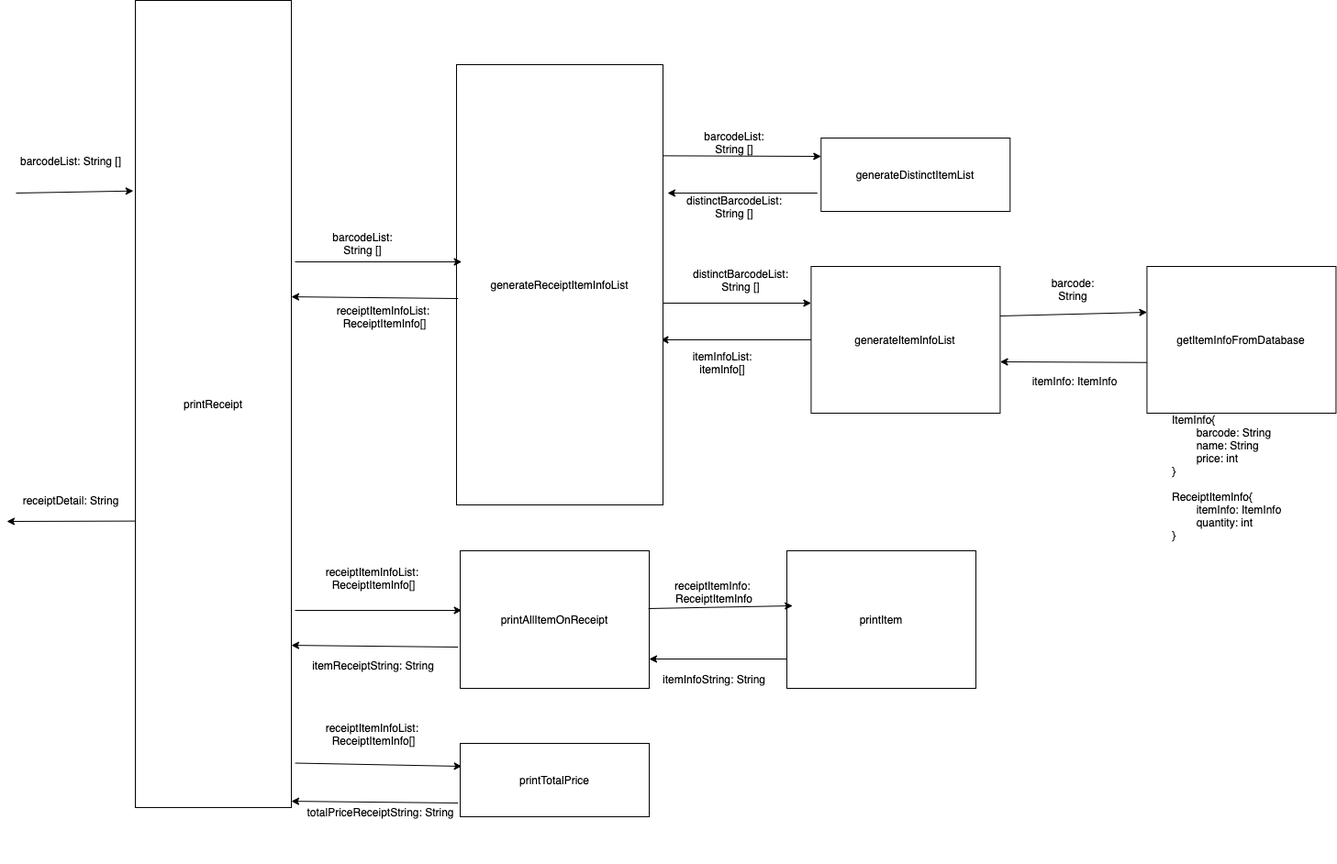
The draw.io diagram POSmachine.png in BennyYuen09/POSMachine, before a commit. Source tidied: cells renumbered, new cells last; positions are measured from the earlier drawing's top-left corner, leaving out a move shared by most shapes.
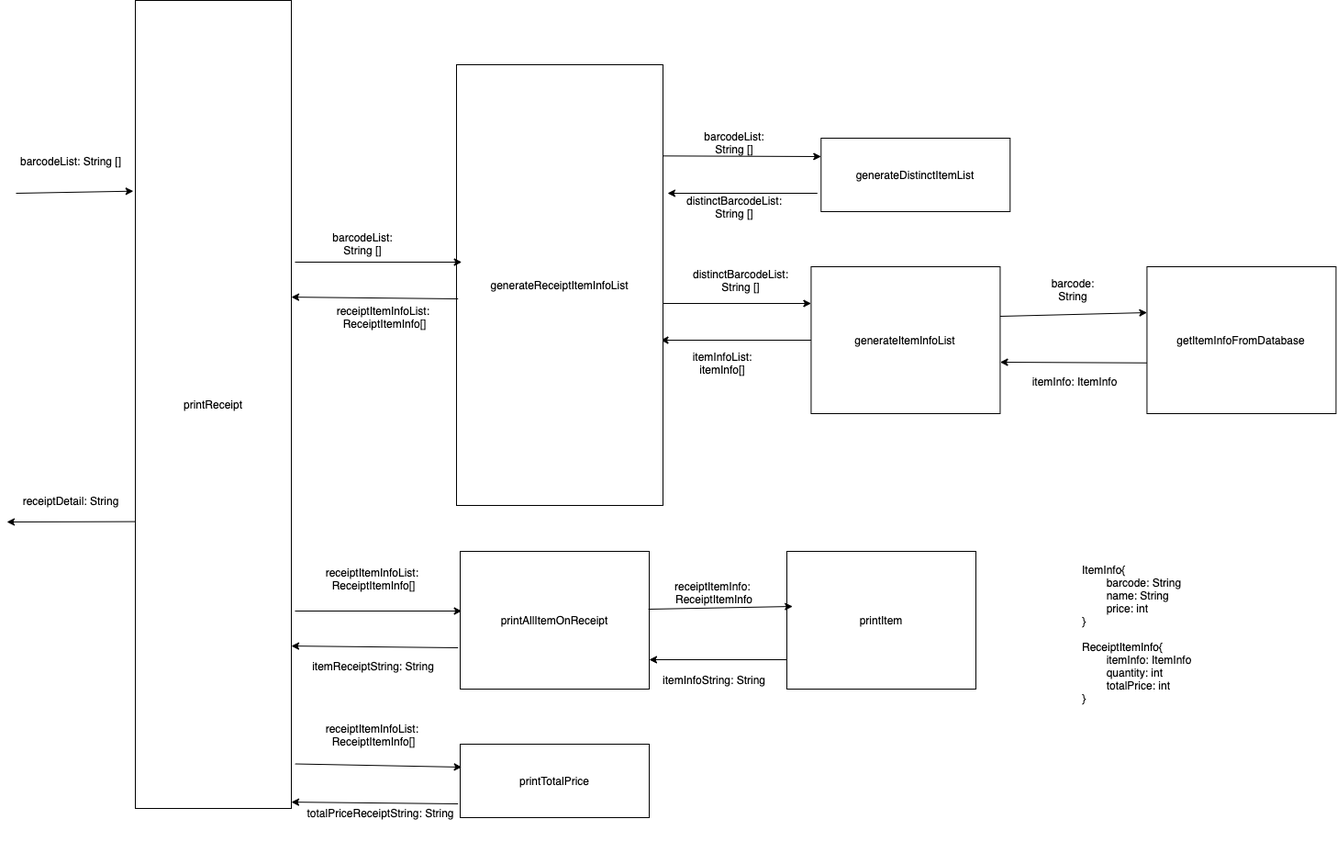
After the commit.

Commit message:
[PosMachine][Benny] Refact: Fix the context map

The edit, as a diff of the source:
```diff
@@ -108,8 +108,8 @@
     <mxCell id="27" value="itemInfoString: String" style="text;html=1;strokeColor=none;fillColor=none;align=center;verticalAlign=middle;whiteSpace=wrap;rounded=0;" parent="1" vertex="1">
       <mxGeometry x="702.4" y="720" width="137.6" height="40" as="geometry" />
     </mxCell>
-    <mxCell id="28" value="ItemInfo{&lt;br&gt;&lt;div&gt;&lt;span style=&quot;white-space: pre&quot;&gt;&#9;&lt;/span&gt;barcode: String&lt;br&gt;&lt;/div&gt;&lt;div&gt;&lt;span style=&quot;white-space: pre&quot;&gt;&#9;&lt;/span&gt;name: String&lt;br&gt;&lt;/div&gt;&lt;div&gt;&lt;span style=&quot;white-space: pre&quot;&gt;&#9;&lt;/span&gt;price: int&lt;br&gt;&lt;/div&gt;&lt;div&gt;&lt;span&gt;}&lt;/span&gt;&lt;/div&gt;&lt;div&gt;&lt;span&gt;&lt;br&gt;&lt;/span&gt;&lt;/div&gt;&lt;div&gt;&lt;span&gt;ReceiptItemInfo{&lt;/span&gt;&lt;/div&gt;&lt;div&gt;&lt;span&gt;&lt;span style=&quot;white-space: pre&quot;&gt;&#9;&lt;/span&gt;itemInfo: ItemInfo&lt;br&gt;&lt;/span&gt;&lt;/div&gt;&lt;div&gt;&lt;span&gt;&lt;span style=&quot;white-space: pre&quot;&gt;&#9;&lt;/span&gt;quantity: int&lt;br&gt;&lt;/span&gt;&lt;/div&gt;&lt;div&gt;&lt;span&gt;}&lt;/span&gt;&lt;/div&gt;" style="text;html=1;strokeColor=none;fillColor=none;align=left;verticalAlign=middle;whiteSpace=wrap;rounded=0;" parent="1" vertex="1">
-      <mxGeometry x="1268.4" y="450" width="180" height="140" as="geometry" />
+    <mxCell id="28" value="ItemInfo{&lt;br&gt;&lt;div&gt;&lt;span style=&quot;white-space: pre&quot;&gt;&#9;&lt;/span&gt;barcode: String&lt;br&gt;&lt;/div&gt;&lt;div&gt;&lt;span style=&quot;white-space: pre&quot;&gt;&#9;&lt;/span&gt;name: String&lt;br&gt;&lt;/div&gt;&lt;div&gt;&lt;span style=&quot;white-space: pre&quot;&gt;&#9;&lt;/span&gt;price: int&lt;br&gt;&lt;/div&gt;&lt;div&gt;&lt;span&gt;}&lt;/span&gt;&lt;/div&gt;&lt;div&gt;&lt;span&gt;&lt;br&gt;&lt;/span&gt;&lt;/div&gt;&lt;div&gt;&lt;span&gt;ReceiptItemInfo{&lt;/span&gt;&lt;/div&gt;&lt;div&gt;&lt;span&gt;&lt;span style=&quot;white-space: pre&quot;&gt;&#9;&lt;/span&gt;itemInfo: ItemInfo&lt;br&gt;&lt;/span&gt;&lt;/div&gt;&lt;div&gt;&lt;span&gt;&lt;span style=&quot;white-space: pre&quot;&gt;&#9;&lt;/span&gt;quantity: int&lt;br&gt;&lt;/span&gt;&lt;/div&gt;&lt;div&gt;&lt;span&gt;&lt;span style=&quot;white-space: pre&quot;&gt;&#9;&lt;/span&gt;totalPrice: int&lt;br&gt;&lt;/span&gt;&lt;/div&gt;&lt;div&gt;&lt;span&gt;}&lt;/span&gt;&lt;/div&gt;" style="text;html=1;strokeColor=none;fillColor=none;align=left;verticalAlign=middle;whiteSpace=wrap;rounded=0;" parent="1" vertex="1">
+      <mxGeometry x="1170" y="620" width="180" height="140" as="geometry" />
     </mxCell>
     <mxCell id="29" value="itemInfoList: itemInfo[]" style="text;html=1;strokeColor=none;fillColor=none;align=center;verticalAlign=middle;whiteSpace=wrap;rounded=0;" parent="1" vertex="1">
       <mxGeometry x="730" y="380" width="100" height="30" as="geometry" />
```
